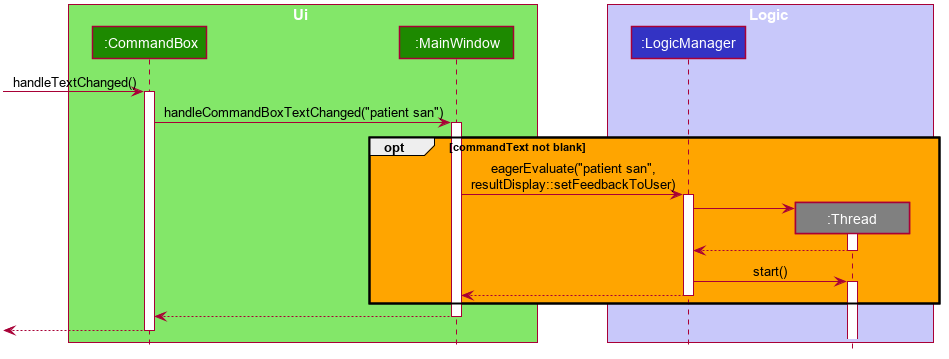
Before: docs/images/ReactiveSearchSequenceDiagram.png, a diagram exported from PlantUML (nus-cs2103-AY1920S1/addressbook-level3).
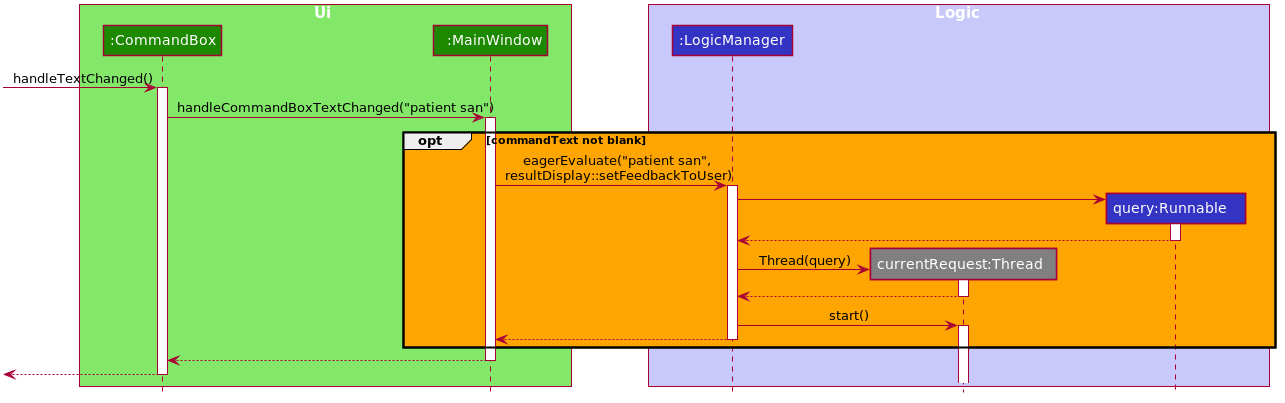
After the change.

Commit message:
Updates DG about reactive search implementation

The edit, as a diff of the source:
```diff
@@ -49,13 +49,15 @@
 hide circle
 
 box Ui #83E769
-participant ":CommandBox" as CommandBox #1D8900
+participant ":CommandBox  " as CommandBox #1D8900
 participant ":MainWindow" as MainWindow #1D8900
 end box
 
 box Logic #C8C8FA
-participant ":LogicManager" as LogicManager #3333C4
-participant ":Thread" as Thread #Grey
+participant ":LogicManager   " as LogicManager #3333C4
+participant "currentRequest:Thread      " as Thread #Grey
+participant "query:Runnable      " as Runnable #3333C4
+
 end box
 
 [-> CommandBox : handleTextChanged()
@@ -68,11 +70,19 @@
 MainWindow -> LogicManager : eagerEvaluate("patient san",\nresultDisplay::setFeedbackToUser)
 activate LogicManager
 
+create Runnable
+LogicManager -> Runnable
+activate Runnable
+LogicManager <-- Runnable
+deactivate Runnable
+
 create Thread
-LogicManager -> Thread
+LogicManager -> Thread : Thread(query)
 activate Thread
 LogicManager <-- Thread
 deactivate Thread
+
+
 
 LogicManager -> Thread : start()
 activate Thread
```
